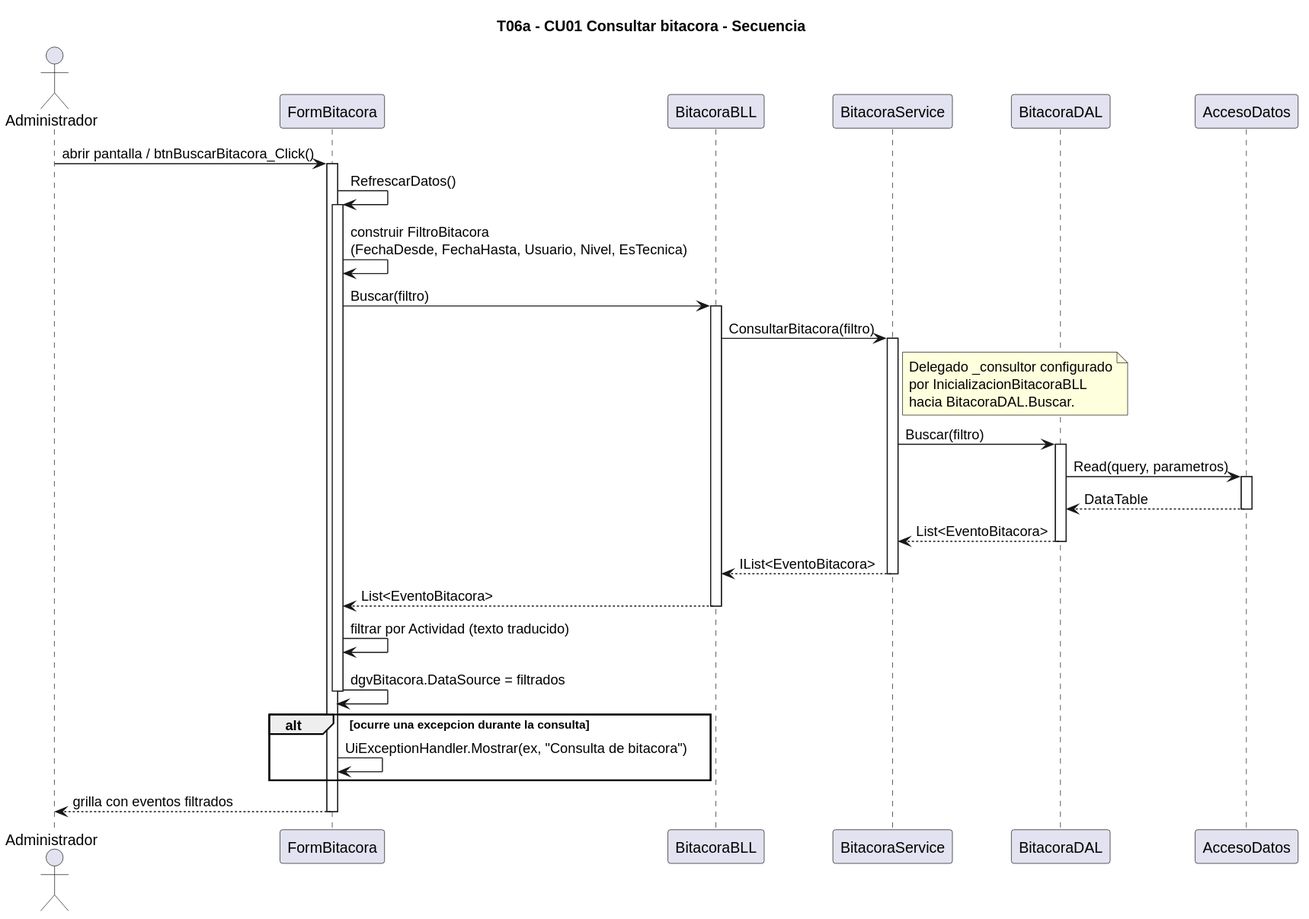
aggutierrez98/TP-TD keeps this PlantUML diagram as diagramas/T06a-bitacora/T06a-bitacora-CU01-consultar-bitacora-secuencia.svg. Above is the earlier version. Source of this version:
```plantuml
@startuml
title T06a - CU01 Consultar bitacora - Secuencia

actor Administrador
participant "FormBitacora" as FormBitacora
participant "BitacoraBLL" as BitacoraBLL
participant "BitacoraService" as BitacoraService
participant "BitacoraDAL" as BitacoraDAL
participant "AccesoDatos" as AccesoDatos

Administrador -> FormBitacora : abrir pantalla / btnBuscarBitacora_Click()
activate FormBitacora
FormBitacora -> FormBitacora : RefrescarDatos()
activate FormBitacora
FormBitacora -> FormBitacora : construir FiltroBitacora\n(FechaDesde, FechaHasta, Usuario, Nivel, EsTecnica)

FormBitacora -> BitacoraBLL : Buscar(filtro)
activate BitacoraBLL
BitacoraBLL -> BitacoraService : ConsultarBitacora(filtro)
activate BitacoraService

note right of BitacoraService
  Delegado _consultor configurado
  por InicializacionBitacoraBLL
  hacia BitacoraDAL.Buscar.
end note

BitacoraService -> BitacoraDAL : Buscar(filtro)
activate BitacoraDAL
BitacoraDAL -> AccesoDatos : Read(query, parametros)
activate AccesoDatos
AccesoDatos --> BitacoraDAL : DataTable
deactivate AccesoDatos
BitacoraDAL --> BitacoraService : List<EventoBitacora>
deactivate BitacoraDAL
BitacoraService --> BitacoraBLL : IList<EventoBitacora>
deactivate BitacoraService
BitacoraBLL --> FormBitacora : List<EventoBitacora>
deactivate BitacoraBLL

FormBitacora -> FormBitacora : filtrar por Actividad (texto traducido)
FormBitacora -> FormBitacora : dgvBitacora.DataSource = filtrados
deactivate FormBitacora

alt ocurre una excepcion durante la consulta
  FormBitacora -> FormBitacora : UiExceptionHandler.Mostrar(ex, "Consulta de bitacora")
end

FormBitacora --> Administrador : grilla con eventos filtrados
deactivate FormBitacora
@enduml
```
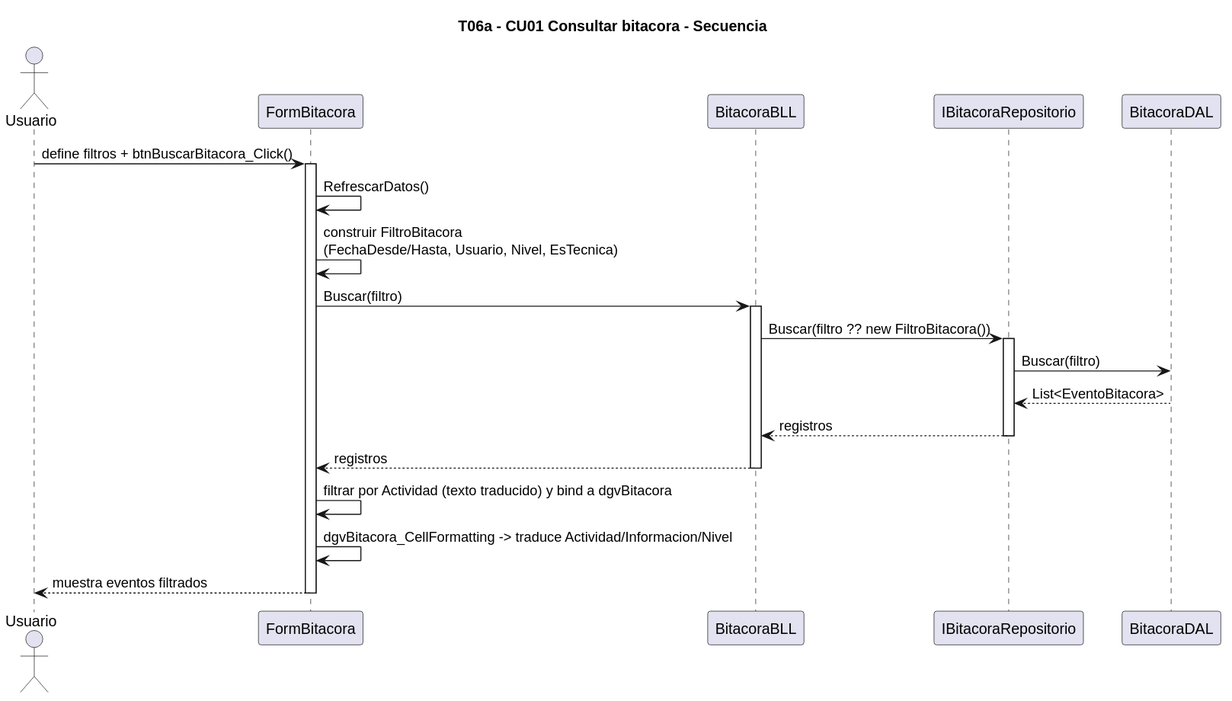
The same file after the commit.

The edit, as a diff of the source:
```diff
@@ -1,51 +1,31 @@
 @startuml
 title T06a - CU01 Consultar bitacora - Secuencia
 
-actor Administrador
-participant "FormBitacora" as FormBitacora
-participant "BitacoraBLL" as BitacoraBLL
-participant "BitacoraService" as BitacoraService
-participant "BitacoraDAL" as BitacoraDAL
-participant "AccesoDatos" as AccesoDatos
+skinparam backgroundColor white
+skinparam shadowing false
 
-Administrador -> FormBitacora : abrir pantalla / btnBuscarBitacora_Click()
-activate FormBitacora
-FormBitacora -> FormBitacora : RefrescarDatos()
-activate FormBitacora
-FormBitacora -> FormBitacora : construir FiltroBitacora\n(FechaDesde, FechaHasta, Usuario, Nivel, EsTecnica)
+actor Usuario
+participant "FormBitacora" as Form
+participant "BitacoraBLL" as BLL
+participant "IBitacoraRepositorio" as Repo
+participant "BitacoraDAL" as DAL
 
-FormBitacora -> BitacoraBLL : Buscar(filtro)
-activate BitacoraBLL
-BitacoraBLL -> BitacoraService : ConsultarBitacora(filtro)
-activate BitacoraService
-
-note right of BitacoraService
-  Delegado _consultor configurado
-  por InicializacionBitacoraBLL
-  hacia BitacoraDAL.Buscar.
-end note
-
-BitacoraService -> BitacoraDAL : Buscar(filtro)
-activate BitacoraDAL
-BitacoraDAL -> AccesoDatos : Read(query, parametros)
-activate AccesoDatos
-AccesoDatos --> BitacoraDAL : DataTable
-deactivate AccesoDatos
-BitacoraDAL --> BitacoraService : List<EventoBitacora>
-deactivate BitacoraDAL
-BitacoraService --> BitacoraBLL : IList<EventoBitacora>
-deactivate BitacoraService
-BitacoraBLL --> FormBitacora : List<EventoBitacora>
-deactivate BitacoraBLL
-
-FormBitacora -> FormBitacora : filtrar por Actividad (texto traducido)
-FormBitacora -> FormBitacora : dgvBitacora.DataSource = filtrados
-deactivate FormBitacora
-
-alt ocurre una excepcion durante la consulta
-  FormBitacora -> FormBitacora : UiExceptionHandler.Mostrar(ex, "Consulta de bitacora")
-end
-
-FormBitacora --> Administrador : grilla con eventos filtrados
-deactivate FormBitacora
+Usuario -> Form : define filtros + btnBuscarBitacora_Click()
+activate Form
+Form -> Form : RefrescarDatos()
+Form -> Form : construir FiltroBitacora\n(FechaDesde/Hasta, Usuario, Nivel, EsTecnica)
+Form -> BLL : Buscar(filtro)
+activate BLL
+BLL -> Repo : Buscar(filtro ?? new FiltroBitacora())
+activate Repo
+Repo -> DAL : Buscar(filtro)
+DAL --> Repo : List<EventoBitacora>
+Repo --> BLL : registros
+deactivate Repo
+BLL --> Form : registros
+deactivate BLL
+Form -> Form : filtrar por Actividad (texto traducido) y bind a dgvBitacora
+Form -> Form : dgvBitacora_CellFormatting -> traduce Actividad/Informacion/Nivel
+Form --> Usuario : muestra eventos filtrados
+deactivate Form
 @enduml
```
